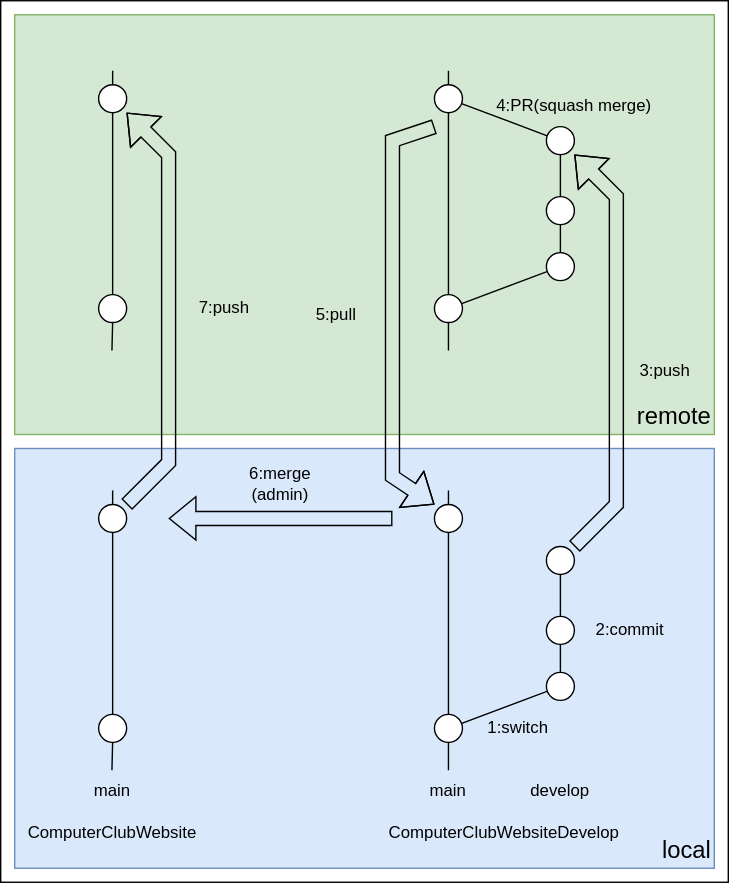
The draw.io diagram ripozitory.drawio.svg in NIT-Wakayama-College/ComputerClubWebsite, before a commit. Source tidied: cells renumbered, new cells last; positions are measured from the earlier drawing's top-left corner, leaving out a move shared by most shapes.
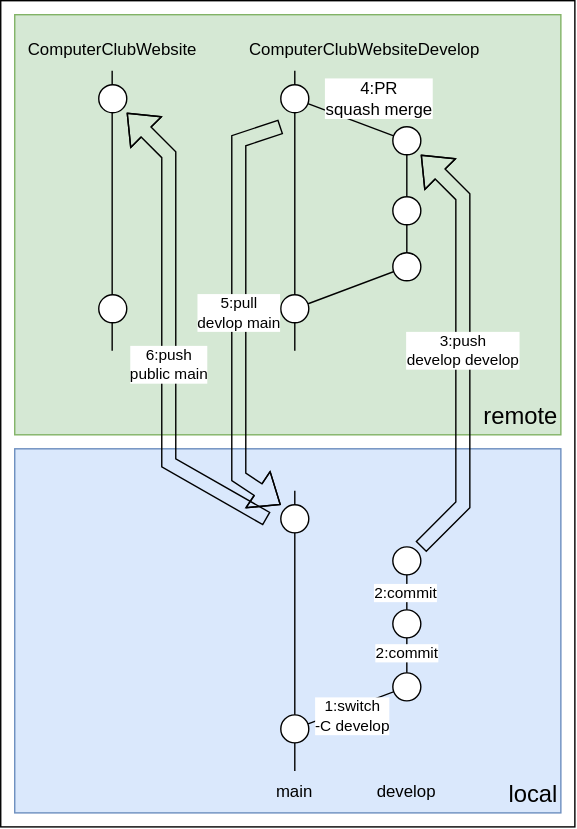
Later version of the same file.

Commit message:
Docs/repozitory rule (#8) close #4

* change repozitory rule

* how to post article

* how to post profile

Diff of the diagram source:
```diff
@@ -3,22 +3,14 @@
     <mxCell id="0" />
     <mxCell id="1" parent="0" />
     <mxCell id="2" style="rounded=0;whiteSpace=wrap;html=1;" parent="1" vertex="1">
-      <mxGeometry width="520" height="630" as="geometry" />
+      <mxGeometry x="110" width="410" height="590" as="geometry" />
     </mxCell>
     <mxCell id="3" value="&lt;font style=&quot;font-size: 17px;&quot;&gt;remote&lt;/font&gt;" style="rounded=0;whiteSpace=wrap;html=1;fillColor=#d5e8d4;align=right;verticalAlign=bottom;strokeColor=#82b366;" parent="1" vertex="1">
-      <mxGeometry x="10" y="10" width="500" height="300" as="geometry" />
+      <mxGeometry x="120" y="10" width="390" height="300" as="geometry" />
     </mxCell>
     <mxCell id="4" value="&lt;font style=&quot;font-size: 17px;&quot;&gt;local&lt;/font&gt;" style="rounded=0;whiteSpace=wrap;html=1;fillColor=#dae8fc;align=right;verticalAlign=bottom;strokeColor=#6c8ebf;" parent="1" vertex="1">
-      <mxGeometry x="10" y="320" width="500" height="300" as="geometry" />
+      <mxGeometry x="120" y="320" width="390" height="260" as="geometry" />
     </mxCell>
-    <mxCell id="5" style="endArrow=none;html=1;startArrow=none;" parent="1" edge="1" source="19">
-      <mxGeometry relative="1" as="geometry">
-        <mxPoint x="80" y="350" as="targetPoint" />
-      </mxGeometry>
-    </mxCell>
-    <mxCell id="6" value="main" style="text;html=1;strokeColor=none;fillColor=none;align=center;verticalAlign=middle;whiteSpace=wrap;rounded=0;" parent="1" vertex="1">
-      <mxGeometry x="50" y="550" width="60" height="30" as="geometry" />
-    </mxCell>
     <mxCell id="7" style="endArrow=none;html=1;startArrow=none;" parent="1" edge="1">
       <mxGeometry relative="1" as="geometry">
         <mxPoint x="320" y="550" as="sourcePoint" />
@@ -45,11 +37,24 @@
         </Array>
       </mxGeometry>
     </mxCell>
+    <mxCell id="48" value="1:switch &lt;br&gt;-C develop" style="edgeLabel;html=1;align=center;verticalAlign=middle;" parent="11" vertex="1">
+      <mxGeometry x="-0.68" y="3" relative="1" as="geometry">
+        <mxPoint x="15" y="3" as="offset" />
+      </mxGeometry>
+    </mxCell>
+    <mxCell id="49" value="2:commit" style="edgeLabel;html=1;align=center;verticalAlign=middle;" parent="11" vertex="1">
+      <mxGeometry x="0.74" y="1" relative="1" as="geometry" />
+    </mxCell>
+    <mxCell id="50" value="2:commit" style="edgeLabel;html=1;align=center;verticalAlign=middle;" parent="11" vertex="1">
+      <mxGeometry x="0.3" relative="1" as="geometry">
+        <mxPoint y="4" as="offset" />
+      </mxGeometry>
+    </mxCell>
     <mxCell id="12" style="ellipse;whiteSpace=wrap;html=1;fillColor=#FFFFFF;" parent="1" vertex="1">
       <mxGeometry x="390" y="390" width="20" height="20" as="geometry" />
     </mxCell>
     <mxCell id="13" style="ellipse;whiteSpace=wrap;html=1;fillColor=#FFFFFF;" parent="1" vertex="1">
-      <mxGeometry x="390" y="440" width="20" height="20" as="geometry" />
+      <mxGeometry x="390" y="435" width="20" height="20" as="geometry" />
     </mxCell>
     <mxCell id="14" style="ellipse;whiteSpace=wrap;html=1;fillColor=#FFFFFF;" parent="1" vertex="1">
       <mxGeometry x="390" y="480" width="20" height="20" as="geometry" />
@@ -65,37 +70,6 @@
     <mxCell id="17" style="ellipse;whiteSpace=wrap;html=1;fillColor=#FFFFFF;" parent="1" vertex="1">
       <mxGeometry x="310" y="360" width="20" height="20" as="geometry" />
     </mxCell>
-    <mxCell id="18" style="endArrow=none;html=1;" parent="1" edge="1" target="19">
-      <mxGeometry relative="1" as="geometry">
-        <mxPoint x="79.5" y="550" as="sourcePoint" />
-      </mxGeometry>
-    </mxCell>
-    <mxCell id="19" style="ellipse;whiteSpace=wrap;html=1;fillColor=#FFFFFF;" parent="1" vertex="1">
-      <mxGeometry x="70" y="510" width="20" height="20" as="geometry" />
-    </mxCell>
-    <mxCell id="20" style="ellipse;whiteSpace=wrap;html=1;fillColor=#FFFFFF;" parent="1" vertex="1">
-      <mxGeometry x="70" y="360" width="20" height="20" as="geometry" />
-    </mxCell>
-    <mxCell id="21" value="1:switch" style="text;html=1;strokeColor=none;fillColor=none;align=center;verticalAlign=middle;whiteSpace=wrap;rounded=0;" parent="1" vertex="1">
-      <mxGeometry x="340" y="505" width="60" height="30" as="geometry" />
-    </mxCell>
-    <mxCell id="22" value="2:commit" style="text;html=1;strokeColor=none;fillColor=none;align=center;verticalAlign=middle;whiteSpace=wrap;rounded=0;" parent="1" vertex="1">
-      <mxGeometry x="420" y="435" width="60" height="30" as="geometry" />
-    </mxCell>
-    <mxCell id="23" value="6:merge&lt;br&gt;(admin)" style="text;html=1;strokeColor=none;fillColor=none;align=center;verticalAlign=middle;whiteSpace=wrap;rounded=0;" parent="1" vertex="1">
-      <mxGeometry x="170" y="330" width="60" height="30" as="geometry" />
-    </mxCell>
-    <mxCell id="24" style="shape=flexArrow;endArrow=classic;html=1;rounded=0;" parent="1" edge="1">
-      <mxGeometry relative="1" as="geometry">
-        <mxPoint x="280" y="370" as="sourcePoint" />
-        <mxPoint x="120" y="370" as="targetPoint" />
-      </mxGeometry>
-    </mxCell>
-    <mxCell id="25" style="endArrow=none;html=1;startArrow=none;" parent="1" edge="1" source="37">
-      <mxGeometry relative="1" as="geometry">
-        <mxPoint x="80" y="50" as="targetPoint" />
-      </mxGeometry>
-    </mxCell>
     <mxCell id="26" style="endArrow=none;html=1;startArrow=none;" parent="1" edge="1">
       <mxGeometry relative="1" as="geometry">
         <mxPoint x="320" y="250" as="sourcePoint" />
@@ -133,70 +107,59 @@
     <mxCell id="33" style="ellipse;whiteSpace=wrap;html=1;fillColor=#FFFFFF;" parent="1" vertex="1">
       <mxGeometry x="310" y="210" width="20" height="20" as="geometry" />
     </mxCell>
-    <mxCell id="34" style="endArrow=none;html=1;rounded=0;startArrow=none;" parent="1" edge="1" source="29" target="35">
-      <mxGeometry relative="1" as="geometry" />
+    <mxCell id="34" value="&lt;span style=&quot;font-size: 12px;&quot;&gt;4:PR&lt;br&gt;squash merge&lt;/span&gt;" style="endArrow=none;html=1;rounded=0;startArrow=none;" parent="1" edge="1" source="29" target="35">
+      <mxGeometry x="-0.41" y="-21" relative="1" as="geometry" />
     </mxCell>
     <mxCell id="35" style="ellipse;whiteSpace=wrap;html=1;fillColor=#FFFFFF;" parent="1" vertex="1">
       <mxGeometry x="310" y="60" width="20" height="20" as="geometry" />
     </mxCell>
-    <mxCell id="36" style="endArrow=none;html=1;" parent="1" edge="1" target="37">
-      <mxGeometry relative="1" as="geometry">
-        <mxPoint x="79.5" y="250" as="sourcePoint" />
-      </mxGeometry>
-    </mxCell>
+    <mxCell id="41" value="5:pull&lt;br&gt;devlop main" style="shape=flexArrow;endArrow=classic;html=1;rounded=0;" parent="1" edge="1">
+      <mxGeometry relative="1" as="geometry">
+        <mxPoint x="310" y="90" as="sourcePoint" />
+        <mxPoint x="310" y="360" as="targetPoint" />
+        <Array as="points">
+          <mxPoint x="280" y="100" />
+          <mxPoint x="280" y="340" />
+        </Array>
+      </mxGeometry>
+    </mxCell>
+    <mxCell id="42" value="3:push&amp;nbsp;&lt;br&gt;develop develop" style="shape=flexArrow;endArrow=none;html=1;rounded=0;startArrow=block;endFill=0;" parent="1" edge="1">
+      <mxGeometry relative="1" as="geometry">
+        <mxPoint x="410" y="110" as="sourcePoint" />
+        <mxPoint x="410" y="390" as="targetPoint" />
+        <Array as="points">
+          <mxPoint x="440" y="140" />
+          <mxPoint x="440" y="360" />
+        </Array>
+      </mxGeometry>
+    </mxCell>
+    <mxCell id="44" value="6:push&amp;nbsp;&lt;br&gt;public main" style="shape=flexArrow;endArrow=none;html=1;rounded=0;startArrow=block;endFill=0;" parent="1" edge="1">
+      <mxGeometry x="0.12" relative="1" as="geometry">
+        <mxPoint x="200" y="80" as="sourcePoint" />
+        <mxPoint x="300" y="370" as="targetPoint" />
+        <Array as="points">
+          <mxPoint x="230" y="110" />
+          <mxPoint x="230" y="330" />
+        </Array>
+      </mxGeometry>
+    </mxCell>
+    <mxCell id="46" value="ComputerClubWebsiteDevelop" style="text;html=1;strokeColor=none;fillColor=none;align=center;verticalAlign=middle;whiteSpace=wrap;rounded=0;" parent="1" vertex="1">
+      <mxGeometry x="300" y="20" width="140" height="30" as="geometry" />
+    </mxCell>
+    <mxCell id="47" value="ComputerClubWebsite" style="text;html=1;strokeColor=none;fillColor=none;align=center;verticalAlign=middle;whiteSpace=wrap;rounded=0;" parent="1" vertex="1">
+      <mxGeometry x="160" y="20" width="60" height="30" as="geometry" />
+    </mxCell>
+    <mxCell id="51" style="endArrow=none;html=1;startArrow=none;" parent="1" edge="1">
+      <mxGeometry relative="1" as="geometry">
+        <mxPoint x="189.6" y="250" as="sourcePoint" />
+        <mxPoint x="189.6" y="50" as="targetPoint" />
+      </mxGeometry>
+    </mxCell>
     <mxCell id="37" style="ellipse;whiteSpace=wrap;html=1;fillColor=#FFFFFF;" parent="1" vertex="1">
-      <mxGeometry x="70" y="210" width="20" height="20" as="geometry" />
+      <mxGeometry x="180" y="210" width="20" height="20" as="geometry" />
     </mxCell>
     <mxCell id="38" style="ellipse;whiteSpace=wrap;html=1;fillColor=#FFFFFF;" parent="1" vertex="1">
-      <mxGeometry x="70" y="60" width="20" height="20" as="geometry" />
+      <mxGeometry x="180" y="60" width="20" height="20" as="geometry" />
     </mxCell>
-    <mxCell id="39" value="4:PR(squash merge)" style="text;html=1;strokeColor=none;fillColor=none;align=center;verticalAlign=middle;whiteSpace=wrap;rounded=0;" parent="1" vertex="1">
-      <mxGeometry x="350" y="60" width="120" height="30" as="geometry" />
-    </mxCell>
-    <mxCell id="40" value="5:pull" style="text;html=1;strokeColor=none;fillColor=none;align=center;verticalAlign=middle;whiteSpace=wrap;rounded=0;" parent="1" vertex="1">
-      <mxGeometry x="210" y="210" width="60" height="30" as="geometry" />
-    </mxCell>
-    <mxCell id="41" style="shape=flexArrow;endArrow=classic;html=1;rounded=0;" parent="1" edge="1">
-      <mxGeometry relative="1" as="geometry">
-        <mxPoint x="310" y="90" as="sourcePoint" />
-        <mxPoint x="310" y="360" as="targetPoint" />
-        <Array as="points">
-          <mxPoint x="280" y="100" />
-          <mxPoint x="280" y="340" />
-        </Array>
-      </mxGeometry>
-    </mxCell>
-    <mxCell id="42" style="shape=flexArrow;endArrow=none;html=1;rounded=0;startArrow=block;endFill=0;" parent="1" edge="1">
-      <mxGeometry relative="1" as="geometry">
-        <mxPoint x="410" y="110" as="sourcePoint" />
-        <mxPoint x="410" y="390" as="targetPoint" />
-        <Array as="points">
-          <mxPoint x="440" y="140" />
-          <mxPoint x="440" y="360" />
-        </Array>
-      </mxGeometry>
-    </mxCell>
-    <mxCell id="43" value="3:push" style="text;html=1;strokeColor=none;fillColor=none;align=center;verticalAlign=middle;whiteSpace=wrap;rounded=0;" parent="1" vertex="1">
-      <mxGeometry x="450" y="250" width="50" height="30" as="geometry" />
-    </mxCell>
-    <mxCell id="44" style="shape=flexArrow;endArrow=none;html=1;rounded=0;startArrow=block;endFill=0;" parent="1" edge="1">
-      <mxGeometry relative="1" as="geometry">
-        <mxPoint x="90" y="80" as="sourcePoint" />
-        <mxPoint x="90" y="360" as="targetPoint" />
-        <Array as="points">
-          <mxPoint x="120" y="110" />
-          <mxPoint x="120" y="330" />
-        </Array>
-      </mxGeometry>
-    </mxCell>
-    <mxCell id="45" value="7:push" style="text;html=1;strokeColor=none;fillColor=none;align=center;verticalAlign=middle;whiteSpace=wrap;rounded=0;" parent="1" vertex="1">
-      <mxGeometry x="130" y="205" width="60" height="30" as="geometry" />
-    </mxCell>
-    <mxCell id="46" value="ComputerClubWebsiteDevelop" style="text;html=1;strokeColor=none;fillColor=none;align=center;verticalAlign=middle;whiteSpace=wrap;rounded=0;" parent="1" vertex="1">
-      <mxGeometry x="290" y="580" width="140" height="30" as="geometry" />
-    </mxCell>
-    <mxCell id="47" value="ComputerClubWebsite" style="text;html=1;strokeColor=none;fillColor=none;align=center;verticalAlign=middle;whiteSpace=wrap;rounded=0;" parent="1" vertex="1">
-      <mxGeometry x="50" y="580" width="60" height="30" as="geometry" />
-    </mxCell>
   </root>
 </mxGraphModel>
```
